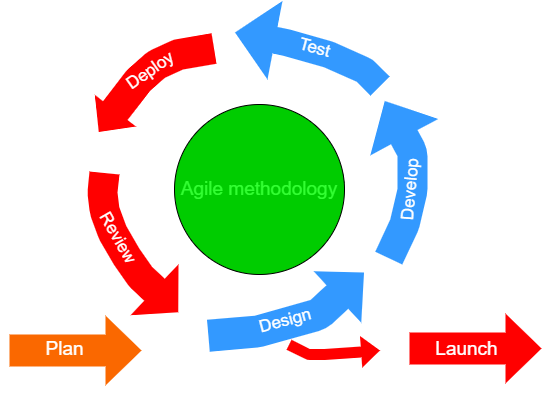
The draw.io diagram proposal/submission/sec01/stakeholder/diagram/agile.png in drshahizan/software-engineering, before a commit. Source tidied: cells renumbered, new cells last; positions are measured from the earlier drawing's top-left corner, leaving out a move shared by most shapes. Source of this version:
```xml
<mxGraphModel background="#ffffff">
  <root>
    <mxCell id="0" />
    <mxCell id="1" parent="0" />
    <mxCell id="2" style="shape=flexArrow;endArrow=classic;rounded=1;shadow=0;strokeWidth=18;fontSize=19;fillColor=#fa6800;strokeColor=none;width=15;fontColor=none;noLabel=1;labelBackgroundColor=none;" parent="1" edge="1">
      <mxGeometry relative="1" as="geometry">
        <mxPoint y="318" as="sourcePoint" />
        <mxPoint x="150" y="318" as="targetPoint" />
      </mxGeometry>
    </mxCell>
    <mxCell id="3" value="&lt;span style=&quot;&quot;&gt;Plan&lt;/span&gt;" style="edgeLabel;html=1;align=center;verticalAlign=middle;fontSize=19;fontColor=#FFFFFF;labelBackgroundColor=none;" parent="2" vertex="1">
      <mxGeometry x="-0.19" relative="1" as="geometry">
        <mxPoint x="2" y="-2" as="offset" />
      </mxGeometry>
    </mxCell>
    <mxCell id="4" value="&lt;span style=&quot;&quot;&gt;Plan&lt;/span&gt;" style="edgeLabel;html=1;align=center;verticalAlign=middle;fontSize=19;fontColor=#FFFFFF;labelBackgroundColor=none;" parent="2" vertex="1">
      <mxGeometry x="-0.19" relative="1" as="geometry">
        <mxPoint x="206" y="2" as="offset" />
      </mxGeometry>
    </mxCell>
    <mxCell id="5" style="shape=flexArrow;endArrow=classic;rounded=1;shadow=0;strokeWidth=18;fontSize=19;fillColor=#FF0000;strokeColor=none;width=15;fontColor=none;noLabel=1;labelBackgroundColor=none;" parent="1" edge="1">
      <mxGeometry relative="1" as="geometry">
        <mxPoint x="400" y="316" as="sourcePoint" />
        <mxPoint x="550" y="316" as="targetPoint" />
      </mxGeometry>
    </mxCell>
    <mxCell id="6" value="&lt;span style=&quot;&quot;&gt;Launch&lt;/span&gt;" style="edgeLabel;html=1;align=center;verticalAlign=middle;fontSize=19;fontColor=#FFFFFF;labelBackgroundColor=none;" parent="5" vertex="1">
      <mxGeometry x="-0.19" relative="1" as="geometry">
        <mxPoint x="4" as="offset" />
      </mxGeometry>
    </mxCell>
    <mxCell id="7" style="shape=flexArrow;endArrow=classic;html=1;fillColor=#FF0000;startArrow=none;" parent="1" edge="1" source="9">
      <mxGeometry relative="1" as="geometry">
        <mxPoint x="294" y="152" as="targetPoint" />
      </mxGeometry>
    </mxCell>
    <mxCell id="8" style="shape=flexArrow;endArrow=none;html=1;fillColor=#FF0000;" parent="1" edge="1" target="9">
      <mxGeometry relative="1" as="geometry">
        <mxPoint x="244" y="202" as="sourcePoint" />
      </mxGeometry>
    </mxCell>
    <mxCell id="9" value="&lt;font style=&quot;font-size: 19px;&quot;&gt;Agile methodology&lt;/font&gt;" style="ellipse;whiteSpace=wrap;html=1;gradientColor=none;strokeColor=default;labelBackgroundColor=none;labelBorderColor=none;fillColor=#00CC00;fontColor=#33FF33;" parent="1" vertex="1">
      <mxGeometry x="174" y="72" width="170" height="170" as="geometry" />
    </mxCell>
    <mxCell id="10" style="shape=flexArrow;endArrow=classic;rounded=1;shadow=0;strokeWidth=18;fontSize=19;fillColor=#3399FF;strokeColor=none;width=15;fontColor=none;noLabel=1;labelBackgroundColor=none;" parent="1" edge="1">
      <mxGeometry relative="1" as="geometry">
        <mxPoint x="199" y="304" as="sourcePoint" />
        <mxPoint x="370" y="234" as="targetPoint" />
        <Array as="points">
          <mxPoint x="257" y="299" />
          <mxPoint x="318" y="282" />
        </Array>
      </mxGeometry>
    </mxCell>
    <mxCell id="11" value="Design" style="edgeLabel;html=1;align=center;verticalAlign=middle;fontColor=#FFFFFF;labelBackgroundColor=none;fontSize=17;rotation=-15;" parent="10" vertex="1">
      <mxGeometry x="-0.33" y="-2" relative="1" as="geometry">
        <mxPoint x="20" y="-10" as="offset" />
      </mxGeometry>
    </mxCell>
    <mxCell id="12" style="shape=flexArrow;endArrow=classic;html=1;fontColor=#33FF33;fillColor=#3399FF;width=30;endWidth=46;endSize=13.37;strokeColor=none;" parent="1" edge="1">
      <mxGeometry relative="1" as="geometry">
        <mxPoint x="388" y="226" as="sourcePoint" />
        <mxPoint x="384" y="68" as="targetPoint" />
        <Array as="points">
          <mxPoint x="404" y="192" />
          <mxPoint x="412" y="158" />
          <mxPoint x="412" y="120" />
        </Array>
      </mxGeometry>
    </mxCell>
    <mxCell id="13" value="Develop" style="edgeLabel;html=1;align=center;verticalAlign=middle;fontSize=17;fontColor=#FFFFFF;labelBackgroundColor=none;rotation=-85;" parent="12" vertex="1">
      <mxGeometry x="-0.1" y="12" relative="1" as="geometry">
        <mxPoint x="10" y="4" as="offset" />
      </mxGeometry>
    </mxCell>
    <mxCell id="14" style="shape=flexArrow;endArrow=classic;html=1;fontSize=17;fontColor=#FFFFFF;fillColor=#3399FF;width=27;endWidth=52;endSize=13.23;strokeColor=none;" parent="1" edge="1">
      <mxGeometry relative="1" as="geometry">
        <mxPoint x="380" y="54" as="sourcePoint" />
        <mxPoint x="234" as="targetPoint" />
        <Array as="points">
          <mxPoint x="364" y="38" />
          <mxPoint x="328" y="22" />
          <mxPoint x="286" y="10" />
        </Array>
      </mxGeometry>
    </mxCell>
    <mxCell id="15" value="Test" style="edgeLabel;html=1;align=center;verticalAlign=middle;fontSize=17;fontColor=#FFFFFF;labelBackgroundColor=none;rotation=15;" parent="14" vertex="1">
      <mxGeometry x="0.19" y="-10" relative="1" as="geometry">
        <mxPoint x="14" y="12" as="offset" />
      </mxGeometry>
    </mxCell>
    <mxCell id="16" style="shape=flexArrow;endArrow=classic;html=1;fontSize=17;fontColor=#FFFFFF;fillColor=#FF0000;width=31;endSize=8.68;strokeColor=none;" parent="1" edge="1">
      <mxGeometry relative="1" as="geometry">
        <mxPoint x="214" y="16" as="sourcePoint" />
        <mxPoint x="98" y="100" as="targetPoint" />
        <Array as="points">
          <mxPoint x="178" y="22" />
          <mxPoint x="156" y="32" />
          <mxPoint x="138" y="48" />
        </Array>
      </mxGeometry>
    </mxCell>
    <mxCell id="17" value="Deploy" style="edgeLabel;html=1;align=center;verticalAlign=middle;fontSize=17;fontColor=#FFFFFF;labelBackgroundColor=none;rotation=-35;" parent="16" vertex="1">
      <mxGeometry x="0.33" y="-2" relative="1" as="geometry">
        <mxPoint x="22" y="-20" as="offset" />
      </mxGeometry>
    </mxCell>
    <mxCell id="18" style="shape=flexArrow;endArrow=classic;html=1;fontSize=17;fontColor=#FFFFFF;fillColor=#FF0000;endWidth=39;endSize=10.52;width=30;strokeColor=none;" parent="1" edge="1">
      <mxGeometry relative="1" as="geometry">
        <mxPoint x="104" y="140" as="sourcePoint" />
        <mxPoint x="178" y="280" as="targetPoint" />
        <Array as="points">
          <mxPoint x="102" y="160" />
          <mxPoint x="104" y="178" />
          <mxPoint x="112" y="200" />
          <mxPoint x="126" y="224" />
          <mxPoint x="140" y="244" />
        </Array>
      </mxGeometry>
    </mxCell>
    <mxCell id="19" value="Review" style="edgeLabel;html=1;align=center;verticalAlign=middle;fontSize=17;fontColor=#FFFFFF;labelBackgroundColor=none;rotation=60;" parent="18" vertex="1">
      <mxGeometry x="-0.47" y="-11" relative="1" as="geometry">
        <mxPoint x="22" y="18" as="offset" />
      </mxGeometry>
    </mxCell>
    <mxCell id="20" style="shape=flexArrow;endArrow=classic;html=1;fontSize=17;fontColor=#FFFFFF;fillColor=#FF0000;width=11;strokeColor=none;" parent="1" edge="1">
      <mxGeometry relative="1" as="geometry">
        <mxPoint x="288" y="312" as="sourcePoint" />
        <mxPoint x="380" y="318" as="targetPoint" />
        <Array as="points">
          <mxPoint x="308" y="322" />
          <mxPoint x="324" y="322" />
        </Array>
      </mxGeometry>
    </mxCell>
  </root>
</mxGraphModel>
```
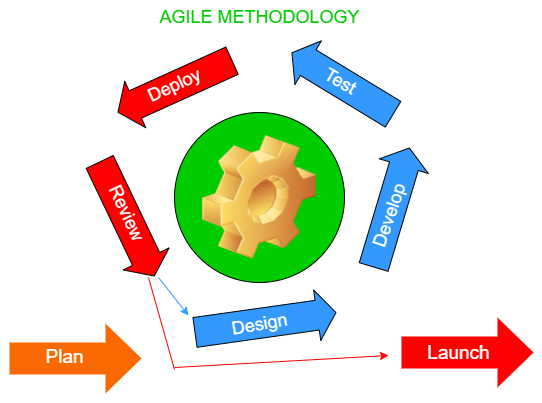
The same file after the commit.

What changed in the source:
```diff
@@ -1,4 +1,4 @@
-<mxGraphModel background="#ffffff">
+<mxGraphModel background="#FFFFFF">
   <root>
     <mxCell id="0" />
     <mxCell id="1" parent="0" />
@@ -15,13 +15,13 @@
     </mxCell>
     <mxCell id="4" value="&lt;span style=&quot;&quot;&gt;Plan&lt;/span&gt;" style="edgeLabel;html=1;align=center;verticalAlign=middle;fontSize=19;fontColor=#FFFFFF;labelBackgroundColor=none;" parent="2" vertex="1">
       <mxGeometry x="-0.19" relative="1" as="geometry">
-        <mxPoint x="206" y="2" as="offset" />
+        <mxPoint x="220" y="2" as="offset" />
       </mxGeometry>
     </mxCell>
     <mxCell id="5" style="shape=flexArrow;endArrow=classic;rounded=1;shadow=0;strokeWidth=18;fontSize=19;fillColor=#FF0000;strokeColor=none;width=15;fontColor=none;noLabel=1;labelBackgroundColor=none;" parent="1" edge="1">
       <mxGeometry relative="1" as="geometry">
-        <mxPoint x="400" y="316" as="sourcePoint" />
-        <mxPoint x="550" y="316" as="targetPoint" />
+        <mxPoint x="392" y="312" as="sourcePoint" />
+        <mxPoint x="542" y="312" as="targetPoint" />
       </mxGeometry>
     </mxCell>
     <mxCell id="6" value="&lt;span style=&quot;&quot;&gt;Launch&lt;/span&gt;" style="edgeLabel;html=1;align=center;verticalAlign=middle;fontSize=19;fontColor=#FFFFFF;labelBackgroundColor=none;" parent="5" vertex="1">
@@ -39,99 +39,87 @@
         <mxPoint x="244" y="202" as="sourcePoint" />
       </mxGeometry>
     </mxCell>
-    <mxCell id="9" value="&lt;font style=&quot;font-size: 19px;&quot;&gt;Agile methodology&lt;/font&gt;" style="ellipse;whiteSpace=wrap;html=1;gradientColor=none;strokeColor=default;labelBackgroundColor=none;labelBorderColor=none;fillColor=#00CC00;fontColor=#33FF33;" parent="1" vertex="1">
+    <mxCell id="9" style="ellipse;whiteSpace=wrap;html=1;gradientColor=none;strokeColor=default;labelBackgroundColor=none;labelBorderColor=none;fillColor=#00CC00;fontColor=#33FF33;" parent="1" vertex="1">
       <mxGeometry x="174" y="72" width="170" height="170" as="geometry" />
     </mxCell>
-    <mxCell id="10" style="shape=flexArrow;endArrow=classic;rounded=1;shadow=0;strokeWidth=18;fontSize=19;fillColor=#3399FF;strokeColor=none;width=15;fontColor=none;noLabel=1;labelBackgroundColor=none;" parent="1" edge="1">
-      <mxGeometry relative="1" as="geometry">
-        <mxPoint x="199" y="304" as="sourcePoint" />
-        <mxPoint x="370" y="234" as="targetPoint" />
-        <Array as="points">
-          <mxPoint x="257" y="299" />
-          <mxPoint x="318" y="282" />
-        </Array>
-      </mxGeometry>
-    </mxCell>
+    <mxCell id="20" style="shape=flexArrow;endArrow=classic;html=1;width=30;labelBackgroundColor=#00FFFF;fontColor=#FFFFFF;labelBorderColor=#FFFFFF;fillColor=#3399FF;" parent="1" edge="1">
+      <mxGeometry relative="1" as="geometry">
+        <mxPoint x="194" y="292" as="sourcePoint" />
+        <mxPoint x="336" y="272" as="targetPoint" />
+      </mxGeometry>
+    </mxCell>
-    <mxCell id="11" value="Design" style="edgeLabel;html=1;align=center;verticalAlign=middle;fontColor=#FFFFFF;labelBackgroundColor=none;fontSize=17;rotation=-15;" parent="10" vertex="1">
-      <mxGeometry x="-0.33" y="-2" relative="1" as="geometry">
-        <mxPoint x="20" y="-10" as="offset" />
+    <mxCell id="11" value="Design" style="edgeLabel;html=1;align=center;verticalAlign=middle;fontSize=18;fontColor=#FFFFFF;labelBackgroundColor=none;rotation=-10;" parent="20" vertex="1">
+      <mxGeometry x="-0.33" relative="1" as="geometry">
+        <mxPoint x="17" y="-2" as="offset" />
       </mxGeometry>
     </mxCell>
-    <mxCell id="12" style="shape=flexArrow;endArrow=classic;html=1;fontColor=#33FF33;fillColor=#3399FF;width=30;endWidth=46;endSize=13.37;strokeColor=none;" parent="1" edge="1">
-      <mxGeometry relative="1" as="geometry">
-        <mxPoint x="388" y="226" as="sourcePoint" />
-        <mxPoint x="384" y="68" as="targetPoint" />
-        <Array as="points">
-          <mxPoint x="404" y="192" />
-          <mxPoint x="412" y="158" />
-          <mxPoint x="412" y="120" />
-        </Array>
-      </mxGeometry>
-    </mxCell>
+    <mxCell id="21" style="shape=flexArrow;endArrow=classic;html=1;width=30;labelBackgroundColor=#00FFFF;fontColor=#FFFFFF;labelBorderColor=#FFFFFF;fillColor=#3399FF;" parent="1" edge="1">
+      <mxGeometry relative="1" as="geometry">
+        <mxPoint x="373" y="227" as="sourcePoint" />
+        <mxPoint x="409" y="107" as="targetPoint" />
+      </mxGeometry>
+    </mxCell>
-    <mxCell id="13" value="Develop" style="edgeLabel;html=1;align=center;verticalAlign=middle;fontSize=17;fontColor=#FFFFFF;labelBackgroundColor=none;rotation=-85;" parent="12" vertex="1">
-      <mxGeometry x="-0.1" y="12" relative="1" as="geometry">
-        <mxPoint x="10" y="4" as="offset" />
+    <mxCell id="13" value="Develop" style="edgeLabel;html=1;align=center;verticalAlign=middle;fontSize=18;fontColor=#FFFFFF;labelBackgroundColor=none;rotation=-71;" parent="21" vertex="1">
+      <mxGeometry x="-0.37" y="-1" relative="1" as="geometry">
+        <mxPoint x="3" y="-14" as="offset" />
       </mxGeometry>
     </mxCell>
-    <mxCell id="14" style="shape=flexArrow;endArrow=classic;html=1;fontSize=17;fontColor=#FFFFFF;fillColor=#3399FF;width=27;endWidth=52;endSize=13.23;strokeColor=none;" parent="1" edge="1">
-      <mxGeometry relative="1" as="geometry">
-        <mxPoint x="380" y="54" as="sourcePoint" />
-        <mxPoint x="234" as="targetPoint" />
-        <Array as="points">
-          <mxPoint x="364" y="38" />
-          <mxPoint x="328" y="22" />
-          <mxPoint x="286" y="10" />
-        </Array>
-      </mxGeometry>
-    </mxCell>
+    <mxCell id="22" style="shape=flexArrow;endArrow=classic;html=1;width=30;labelBackgroundColor=#00FFFF;fontColor=#FFFFFF;labelBorderColor=#FFFFFF;fillColor=#3399FF;" parent="1" edge="1">
+      <mxGeometry relative="1" as="geometry">
+        <mxPoint x="393" y="74" as="sourcePoint" />
+        <mxPoint x="291" y="12" as="targetPoint" />
+      </mxGeometry>
+    </mxCell>
-    <mxCell id="15" value="Test" style="edgeLabel;html=1;align=center;verticalAlign=middle;fontSize=17;fontColor=#FFFFFF;labelBackgroundColor=none;rotation=15;" parent="14" vertex="1">
-      <mxGeometry x="0.19" y="-10" relative="1" as="geometry">
-        <mxPoint x="14" y="12" as="offset" />
+    <mxCell id="15" value="Test" style="edgeLabel;html=1;align=center;verticalAlign=middle;fontSize=18;fontColor=#FFFFFF;labelBackgroundColor=none;rotation=30;" parent="22" vertex="1">
+      <mxGeometry x="0.25" y="-4" relative="1" as="geometry">
+        <mxPoint x="8" y="8" as="offset" />
       </mxGeometry>
     </mxCell>
-    <mxCell id="16" style="shape=flexArrow;endArrow=classic;html=1;fontSize=17;fontColor=#FFFFFF;fillColor=#FF0000;width=31;endSize=8.68;strokeColor=none;" parent="1" edge="1">
-      <mxGeometry relative="1" as="geometry">
-        <mxPoint x="214" y="16" as="sourcePoint" />
-        <mxPoint x="98" y="100" as="targetPoint" />
-        <Array as="points">
-          <mxPoint x="178" y="22" />
-          <mxPoint x="156" y="32" />
-          <mxPoint x="138" y="48" />
-        </Array>
-      </mxGeometry>
-    </mxCell>
+    <mxCell id="23" style="shape=flexArrow;endArrow=classic;html=1;width=30;labelBackgroundColor=#00FFFF;fontColor=#FFFFFF;labelBorderColor=#FFFFFF;fillColor=#FF0000;" parent="1" edge="1">
+      <mxGeometry relative="1" as="geometry">
+        <mxPoint x="232" y="20" as="sourcePoint" />
+        <mxPoint x="117" y="72" as="targetPoint" />
+      </mxGeometry>
+    </mxCell>
-    <mxCell id="17" value="Deploy" style="edgeLabel;html=1;align=center;verticalAlign=middle;fontSize=17;fontColor=#FFFFFF;labelBackgroundColor=none;rotation=-35;" parent="16" vertex="1">
-      <mxGeometry x="0.33" y="-2" relative="1" as="geometry">
-        <mxPoint x="22" y="-20" as="offset" />
+    <mxCell id="17" value="Deploy" style="edgeLabel;html=1;align=center;verticalAlign=middle;fontColor=#FFFFFF;labelBackgroundColor=none;rotation=-25;fontSize=18;" parent="23" vertex="1">
+      <mxGeometry x="0.23" y="-5" relative="1" as="geometry">
+        <mxPoint x="14" y="-2" as="offset" />
       </mxGeometry>
     </mxCell>
-    <mxCell id="18" style="shape=flexArrow;endArrow=classic;html=1;fontSize=17;fontColor=#FFFFFF;fillColor=#FF0000;endWidth=39;endSize=10.52;width=30;strokeColor=none;" parent="1" edge="1">
-      <mxGeometry relative="1" as="geometry">
-        <mxPoint x="104" y="140" as="sourcePoint" />
-        <mxPoint x="178" y="280" as="targetPoint" />
-        <Array as="points">
-          <mxPoint x="102" y="160" />
-          <mxPoint x="104" y="178" />
-          <mxPoint x="112" y="200" />
-          <mxPoint x="126" y="224" />
-          <mxPoint x="140" y="244" />
-        </Array>
-      </mxGeometry>
-    </mxCell>
+    <mxCell id="24" style="shape=flexArrow;endArrow=classic;html=1;width=30;labelBackgroundColor=#00FFFF;fontColor=#FFFFFF;labelBorderColor=#FFFFFF;fillColor=#FF0000;" parent="1" edge="1">
+      <mxGeometry relative="1" as="geometry">
+        <mxPoint x="99" y="121" as="sourcePoint" />
+        <mxPoint x="154" y="236" as="targetPoint" />
+      </mxGeometry>
+    </mxCell>
-    <mxCell id="19" value="Review" style="edgeLabel;html=1;align=center;verticalAlign=middle;fontSize=17;fontColor=#FFFFFF;labelBackgroundColor=none;rotation=60;" parent="18" vertex="1">
-      <mxGeometry x="-0.47" y="-11" relative="1" as="geometry">
-        <mxPoint x="22" y="18" as="offset" />
+    <mxCell id="19" value="Review" style="edgeLabel;html=1;align=center;verticalAlign=middle;fontSize=18;fontColor=#FFFFFF;labelBackgroundColor=none;rotation=65;" parent="24" vertex="1">
+      <mxGeometry x="-0.45" y="2" relative="1" as="geometry">
+        <mxPoint x="10" y="20" as="offset" />
       </mxGeometry>
     </mxCell>
-    <mxCell id="20" style="shape=flexArrow;endArrow=classic;html=1;fontSize=17;fontColor=#FFFFFF;fillColor=#FF0000;width=11;strokeColor=none;" parent="1" edge="1">
-      <mxGeometry relative="1" as="geometry">
-        <mxPoint x="288" y="312" as="sourcePoint" />
-        <mxPoint x="380" y="318" as="targetPoint" />
-        <Array as="points">
-          <mxPoint x="308" y="322" />
-          <mxPoint x="324" y="322" />
-        </Array>
-      </mxGeometry>
-    </mxCell>
+    <mxCell id="25" value="AGILE METHODOLOGY" style="text;html=1;align=center;verticalAlign=middle;strokeColor=none;fillColor=none;fontSize=18;fontColor=#00CC00;" parent="1" vertex="1">
+      <mxGeometry x="150" y="-40" width="218" height="34" as="geometry" />
+    </mxCell>
+    <mxCell id="26" style="shape=image;html=1;verticalLabelPosition=bottom;verticalAlign=top;imageAspect=0;image=img/clipart/Gear_128x128.png;labelBackgroundColor=none;fontSize=18;fontColor=#00CC00;fillColor=#00CC00;" parent="1" vertex="1">
+      <mxGeometry x="202" y="95" width="114" height="124" as="geometry" />
+    </mxCell>
+    <mxCell id="27" style="endArrow=classic;html=1;labelBackgroundColor=#00FFFF;labelBorderColor=#FFFFFF;strokeColor=#FF0000;fontSize=18;fontColor=#00CC00;fillColor=#FF0000;" parent="1" edge="1">
+      <mxGeometry relative="1" as="geometry">
+        <mxPoint x="174" y="327" as="sourcePoint" />
+        <mxPoint x="388" y="315" as="targetPoint" />
+      </mxGeometry>
+    </mxCell>
+    <mxCell id="28" style="endArrow=none;html=1;labelBackgroundColor=#00FFFF;labelBorderColor=#FFFFFF;strokeColor=#FF0000;fontSize=18;fontColor=#00CC00;fillColor=#FF0000;" parent="1" edge="1">
+      <mxGeometry relative="1" as="geometry">
+        <mxPoint x="174" y="329" as="sourcePoint" />
+        <mxPoint x="148" y="237" as="targetPoint" />
+      </mxGeometry>
+    </mxCell>
+    <mxCell id="29" style="endArrow=classic;html=1;labelBackgroundColor=#00FFFF;labelBorderColor=#FFFFFF;strokeColor=#3399FF;fontSize=18;fontColor=#00CC00;fillColor=#FF0000;" parent="1" edge="1">
+      <mxGeometry relative="1" as="geometry">
+        <mxPoint x="158" y="237" as="sourcePoint" />
+        <mxPoint x="188" y="275" as="targetPoint" />
+      </mxGeometry>
+    </mxCell>
   </root>
 </mxGraphModel>
```
